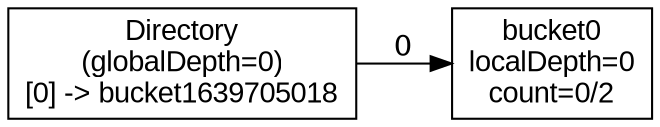
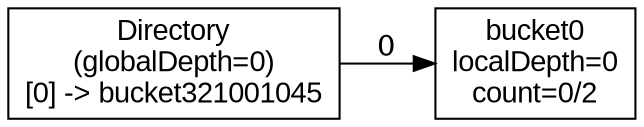
digraph "test4_remove_after" {
  rankdir=LR;
  node [shape=box, fontname=Arial];
-   dir [label="Directory\n(globalDepth=0)\n[0] -> bucket1639705018\n"];
+   dir [label="Directory\n(globalDepth=0)\n[0] -> bucket321001045\n"];
  bucket0 [label="bucket0\nlocalDepth=0\ncount=0/2\n"];
  dir -> bucket0 [label="0"];
}
